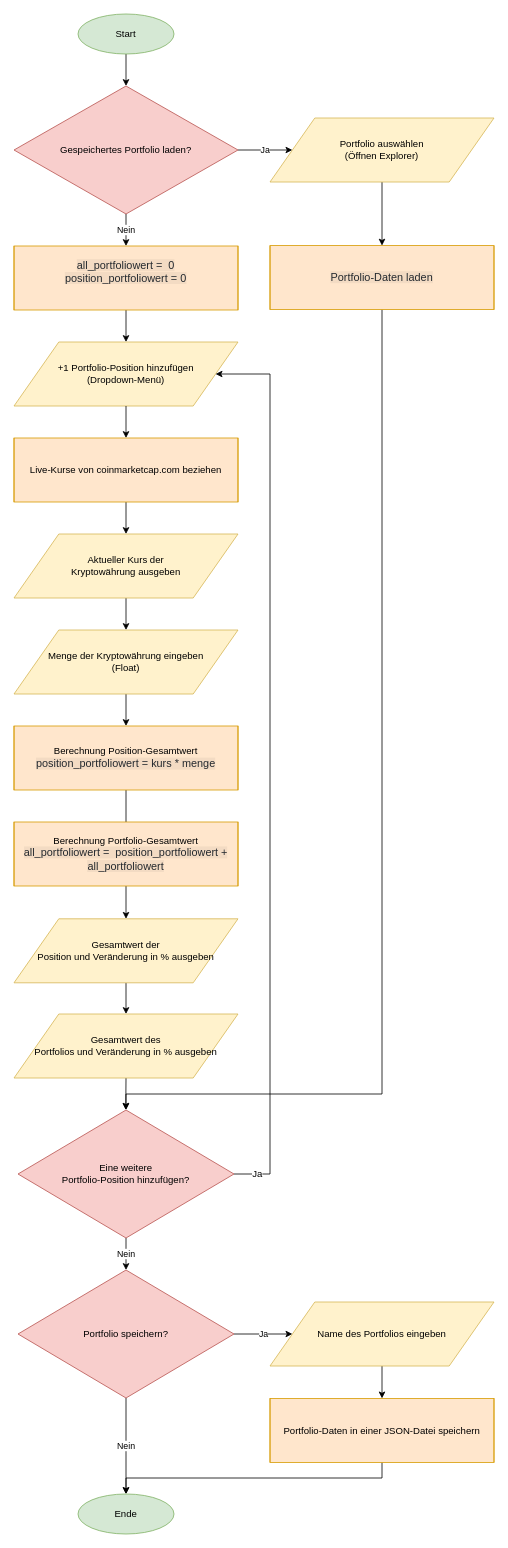
amirzubi/morpheus keeps this draw.io diagram as flowchart.drawio. Above is the earlier version. Source tidied: cells renumbered, new cells numbered last; positions are measured from the earlier drawing's top-left corner, leaving out a move shared by most shapes. Both pictures are drawn from the tidied source at 80%, with x=0, y=0 at pixel (14, 14).
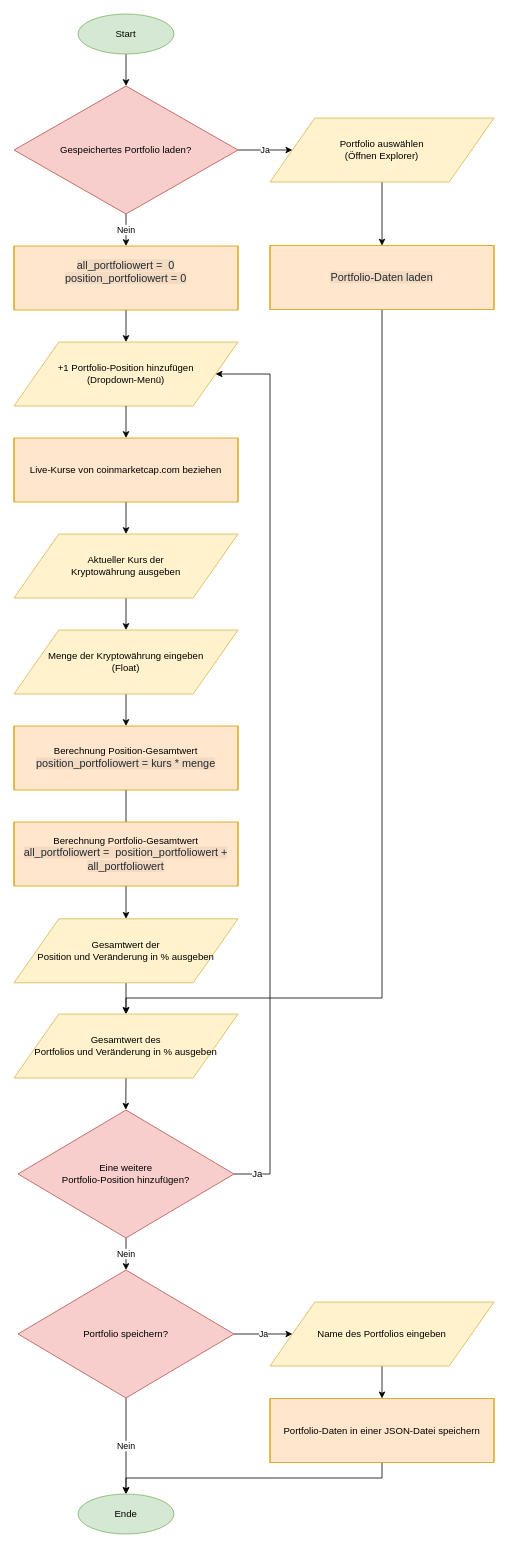
The same diagram, later.

The change refers to these unchanged cells:
```xml
<mxCell id="17" value="Eine weitere &lt;br&gt;Portfolio-Position hinzufügen?" style="rhombus;whiteSpace=wrap;html=1;fillColor=#f8cecc;strokeColor=#b85450;" parent="1" vertex="1">
  <mxGeometry x="5" y="1370" width="270" height="160" as="geometry" />
</mxCell>
<mxCell id="23" value="Gesamtwert des&lt;br&gt;Portfolios und Veränderung in % ausgeben" style="shape=parallelogram;perimeter=parallelogramPerimeter;whiteSpace=wrap;html=1;fillColor=#fff2cc;strokeColor=#d6b656;" parent="1" vertex="1">
  <mxGeometry y="1250" width="280" height="80" as="geometry" />
</mxCell>
<mxCell id="37" value="&lt;span style=&quot;white-space: normal&quot;&gt;&lt;font color=&quot;#24292e&quot;&gt;&lt;span style=&quot;font-size: 13.6px ; background-color: rgba(27 , 31 , 35 , 0.05)&quot;&gt;Portfolio-Daten laden&lt;/span&gt;&lt;/font&gt;&lt;br&gt;&lt;/span&gt;" style="shape=process;whiteSpace=wrap;html=1;backgroundOutline=1;fillColor=#ffe6cc;strokeColor=#d79b00;size=0;" parent="1" vertex="1">
  <mxGeometry x="320" y="289.5" width="280" height="80" as="geometry" />
</mxCell>
```

What changed in the source:
```diff
@@
-    <mxCell id="36" style="edgeStyle=orthogonalEdgeStyle;rounded=0;jettySize=auto;html=1;exitX=0.5;exitY=1;exitDx=0;exitDy=0;entryX=0.5;entryY=0;entryDx=0;entryDy=0;" parent="1" edge="1" source="37" target="17">
+    <mxCell id="36" style="edgeStyle=orthogonalEdgeStyle;rounded=0;jettySize=auto;html=1;exitX=0.5;exitY=1;exitDx=0;exitDy=0;entryX=0.5;entryY=0;entryDx=0;entryDy=0;" parent="1" edge="1" source="37" target="23">
       <mxGeometry relative="1" as="geometry">
         <Array as="points">
-          <mxPoint x="460" y="1350" />
-          <mxPoint x="140" y="1350" />
+          <mxPoint x="460" y="1230" />
+          <mxPoint x="140" y="1230" />
         </Array>
       </mxGeometry>
     </mxCell>
```
